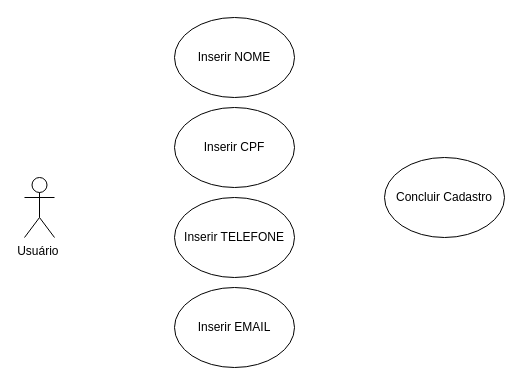
Above: ProvaADSRN01.drawio in ArcanjoDaGuarda/AnjoProjetos (draw.io), before the change. Source tidied: cells renumbered, new cells numbered last; positions are measured from the earlier drawing's top-left corner, leaving out a move shared by most shapes. Both pictures are drawn from the tidied source at 100%, with x=0, y=0 at pixel (24, 17).
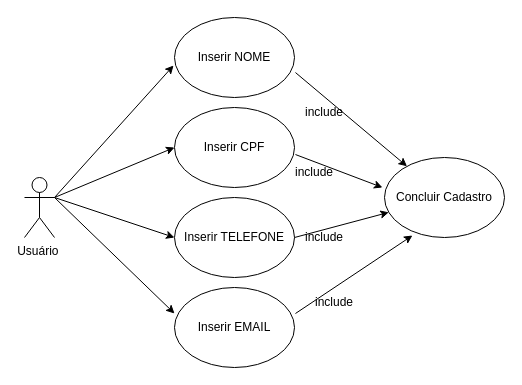
After the change.

What changed in the source:
```diff
@@
 <mxGraphModel>
   <root>
     <mxCell id="0" />
     <mxCell id="1" parent="0" />
     <mxCell id="2" value="Usuário&amp;nbsp;" style="shape=umlActor;verticalLabelPosition=bottom;verticalAlign=top;html=1;outlineConnect=0;" parent="1" vertex="1">
       <mxGeometry y="160" width="30" height="60" as="geometry" />
     </mxCell>
     <mxCell id="3" value="Inserir NOME" style="ellipse;whiteSpace=wrap;html=1;" parent="1" vertex="1">
       <mxGeometry x="150" width="120" height="80" as="geometry" />
     </mxCell>
     <mxCell id="4" value="Inserir CPF" style="ellipse;whiteSpace=wrap;html=1;" parent="1" vertex="1">
       <mxGeometry x="150" y="90" width="120" height="80" as="geometry" />
     </mxCell>
     <mxCell id="5" value="Inserir EMAIL" style="ellipse;whiteSpace=wrap;html=1;" parent="1" vertex="1">
       <mxGeometry x="150" y="270" width="120" height="80" as="geometry" />
     </mxCell>
     <mxCell id="6" value="Inserir TELEFONE" style="ellipse;whiteSpace=wrap;html=1;" parent="1" vertex="1">
       <mxGeometry x="150" y="180" width="120" height="80" as="geometry" />
     </mxCell>
     <mxCell id="7" value="Concluir Cadastro" style="ellipse;whiteSpace=wrap;html=1;" parent="1" vertex="1">
       <mxGeometry x="360" y="140" width="120" height="80" as="geometry" />
     </mxCell>
+    <mxCell id="8" style="endArrow=classic;html=1;rounded=0;exitX=1.008;exitY=0.325;exitDx=0;exitDy=0;exitPerimeter=0;entryX=0.233;entryY=0.975;entryDx=0;entryDy=0;entryPerimeter=0;" parent="1" edge="1" source="5" target="7">
+      <mxGeometry relative="1" as="geometry" />
+    </mxCell>
+    <mxCell id="9" style="endArrow=classic;html=1;rounded=0;entryX=0;entryY=0.325;entryDx=0;entryDy=0;entryPerimeter=0;exitX=1;exitY=0.3333333333333333;exitDx=0;exitDy=0;exitPerimeter=0;" parent="1" edge="1" source="2" target="5">
+      <mxGeometry relative="1" as="geometry" />
+    </mxCell>
+    <mxCell id="10" style="endArrow=classic;html=1;rounded=0;entryX=0;entryY=0.5;entryDx=0;entryDy=0;exitX=1;exitY=0.3333333333333333;exitDx=0;exitDy=0;exitPerimeter=0;" parent="1" edge="1" source="2" target="6">
+      <mxGeometry relative="1" as="geometry" />
+    </mxCell>
+    <mxCell id="11" style="endArrow=classic;html=1;rounded=0;exitX=1;exitY=0.3333333333333333;exitDx=0;exitDy=0;exitPerimeter=0;entryX=0;entryY=0.5;entryDx=0;entryDy=0;" parent="1" edge="1" source="2" target="4">
+      <mxGeometry relative="1" as="geometry" />
+    </mxCell>
+    <mxCell id="12" style="endArrow=classic;html=1;rounded=0;exitX=1;exitY=0.3333333333333333;exitDx=0;exitDy=0;exitPerimeter=0;entryX=-0.008;entryY=0.6;entryDx=0;entryDy=0;entryPerimeter=0;" parent="1" edge="1" source="2" target="3">
+      <mxGeometry relative="1" as="geometry" />
+    </mxCell>
+    <mxCell id="13" style="endArrow=classic;html=1;rounded=0;exitX=1.008;exitY=0.588;exitDx=0;exitDy=0;exitPerimeter=0;entryX=-0.017;entryY=0.375;entryDx=0;entryDy=0;entryPerimeter=0;" parent="1" edge="1" source="4" target="7">
+      <mxGeometry relative="1" as="geometry" />
+    </mxCell>
+    <mxCell id="14" style="endArrow=classic;html=1;rounded=0;exitX=1;exitY=0.5;exitDx=0;exitDy=0;" parent="1" edge="1" source="6" target="7">
+      <mxGeometry relative="1" as="geometry" />
+    </mxCell>
+    <mxCell id="15" style="endArrow=classic;html=1;rounded=0;exitX=1.008;exitY=0.688;exitDx=0;exitDy=0;exitPerimeter=0;" parent="1" edge="1" source="3" target="7">
+      <mxGeometry relative="1" as="geometry" />
+    </mxCell>
+    <mxCell id="16" value="include" style="text;html=1;strokeColor=none;fillColor=none;align=center;verticalAlign=middle;whiteSpace=wrap;rounded=0;" parent="1" vertex="1">
+      <mxGeometry x="270" y="80" width="60" height="30" as="geometry" />
+    </mxCell>
+    <mxCell id="17" value="include" style="text;html=1;strokeColor=none;fillColor=none;align=center;verticalAlign=middle;whiteSpace=wrap;rounded=0;" parent="1" vertex="1">
+      <mxGeometry x="260" y="140" width="60" height="30" as="geometry" />
+    </mxCell>
+    <mxCell id="18" value="include" style="text;html=1;strokeColor=none;fillColor=none;align=center;verticalAlign=middle;whiteSpace=wrap;rounded=0;" parent="1" vertex="1">
+      <mxGeometry x="270" y="205" width="60" height="30" as="geometry" />
+    </mxCell>
+    <mxCell id="19" value="include" style="text;html=1;strokeColor=none;fillColor=none;align=center;verticalAlign=middle;whiteSpace=wrap;rounded=0;" parent="1" vertex="1">
+      <mxGeometry x="280" y="270" width="60" height="30" as="geometry" />
+    </mxCell>
   </root>
 </mxGraphModel>
```
